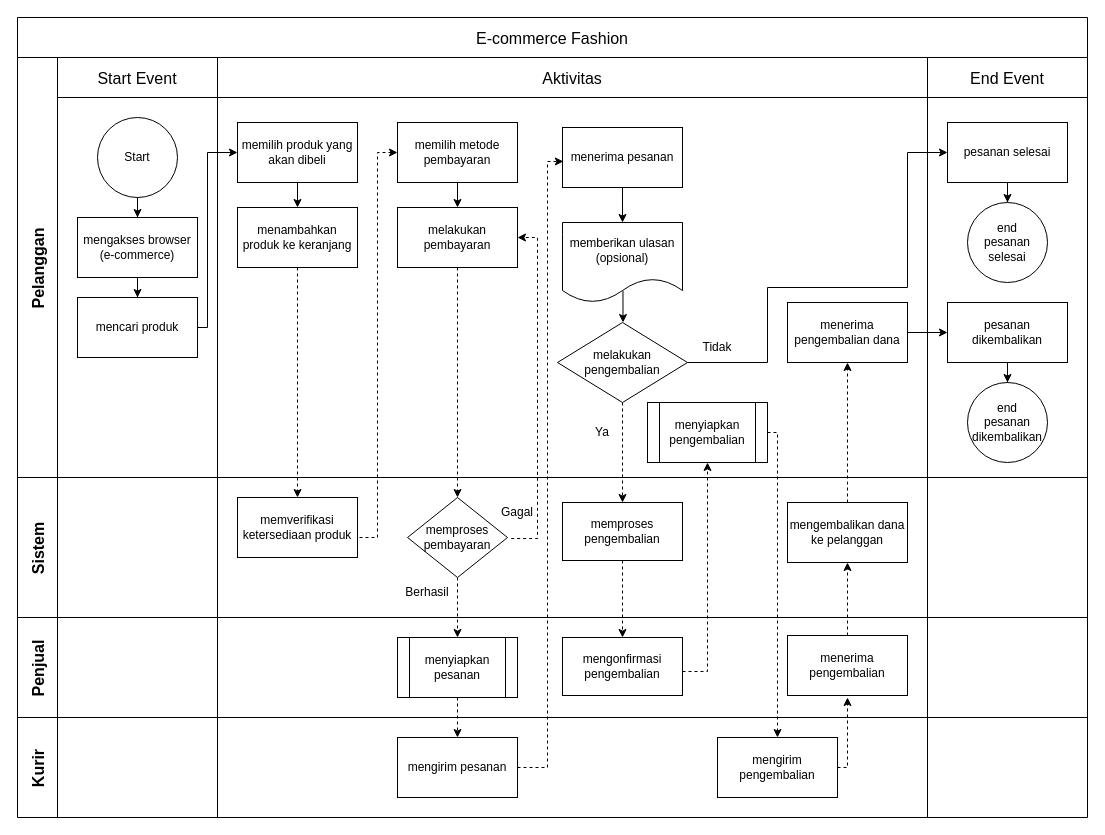
This is img/Untitled Diagram.drawio from irwanx/BPMN, a draw.io file, before an edit. Source tidied: cells renumbered, new cells numbered last; positions are measured from the earlier drawing's top-left corner, leaving out a move shared by most shapes. Both pictures are drawn from the tidied source at 100%, with x=0, y=0 at pixel (17, 17).
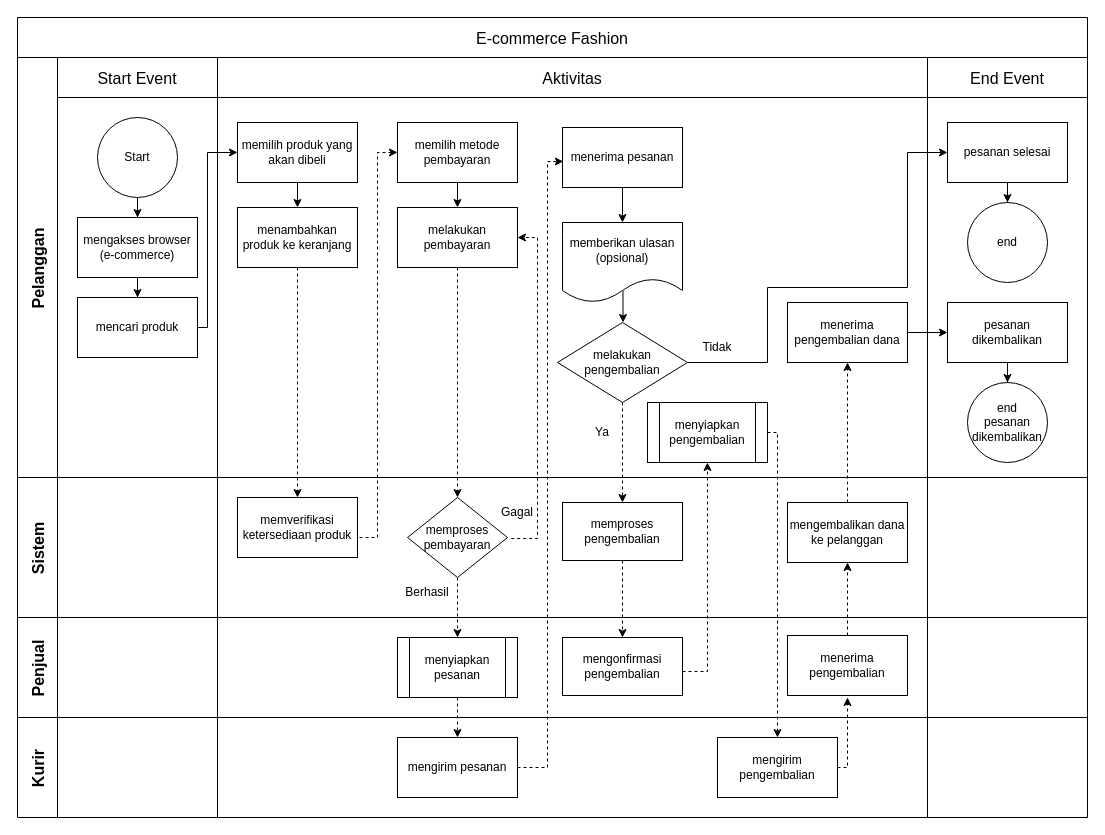
The same diagram, later.

Unchanged cells that the change refers to:
```xml
<mxCell id="10" value="Aktivitas" style="swimlane;swimlaneHead=0;swimlaneBody=0;fontStyle=0;strokeColor=inherit;fillColor=none;startSize=40;fontSize=16;" parent="3" vertex="1">
  <mxGeometry x="200" width="710" height="420" as="geometry" />
</mxCell>
```

What changed in the source:
```diff
@@
-    <mxCell id="27" value="end&lt;div&gt;pesanan selesai&lt;/div&gt;" style="ellipse;whiteSpace=wrap;html=1;" parent="10" vertex="1">
+    <mxCell id="27" value="end" style="ellipse;whiteSpace=wrap;html=1;" parent="10" vertex="1">
       <mxGeometry x="750" y="145" width="80" height="80" as="geometry" />
     </mxCell>
```
